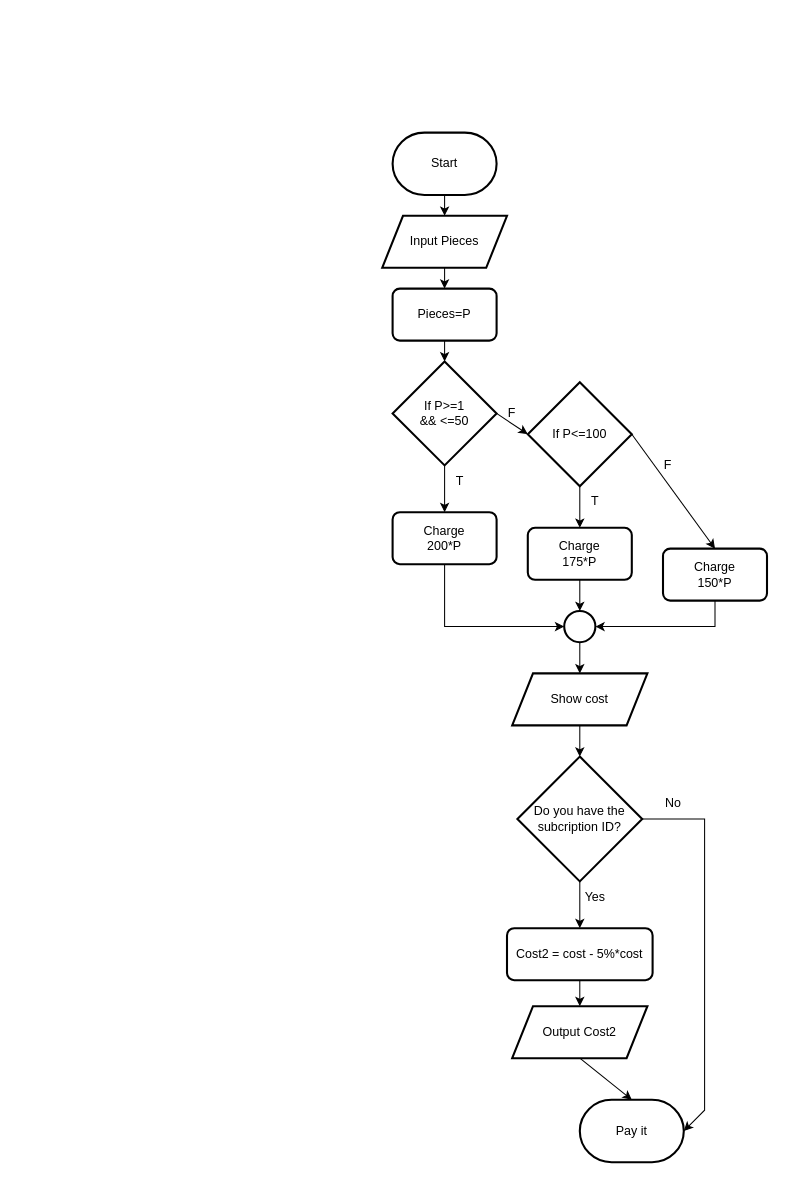
Earlier version of the draw.io diagram Algorithm of Total Cost of Copies.drawio (troders34/troders34). Source tidied: cells renumbered, new cells numbered last; positions are measured from the earlier drawing's top-left corner, leaving out a move shared by most shapes. Both pictures are drawn from the tidied source at 104%, with x=0, y=0 at pixel (382, 132).
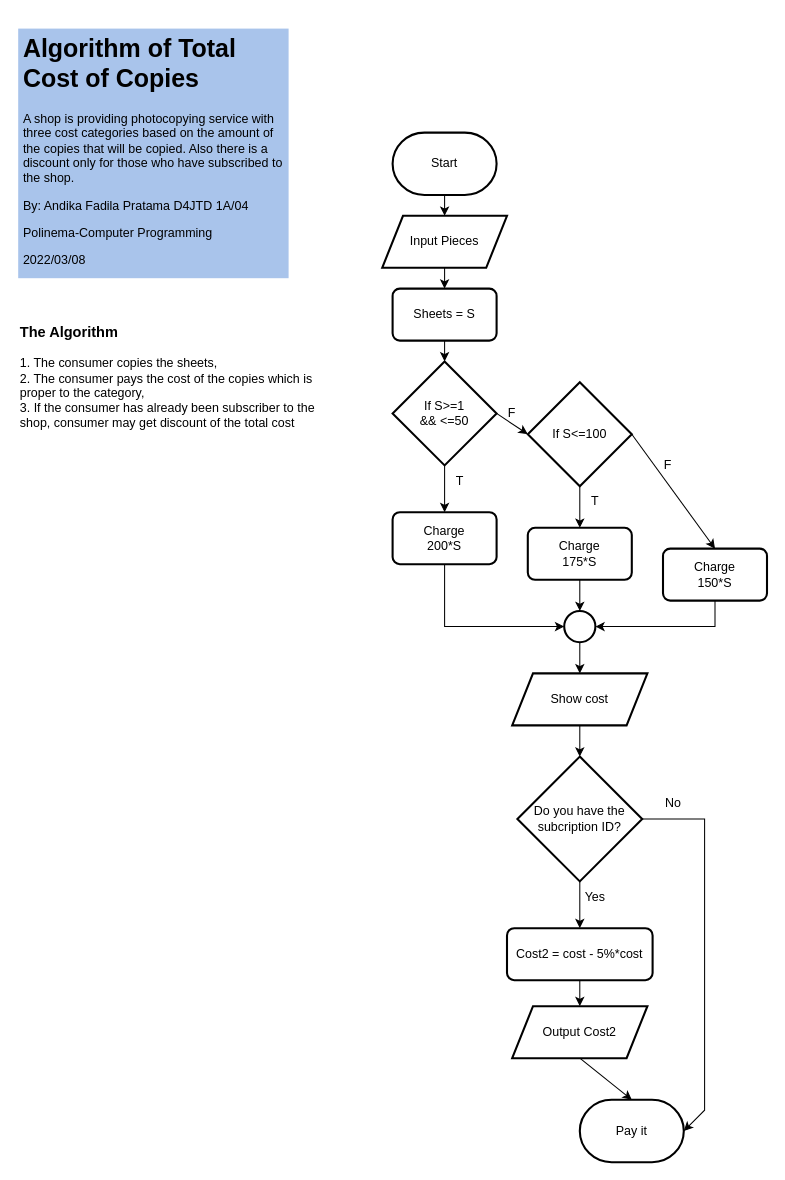
The same page after the edit.

The edit, as a diff of the source:
```diff
@@
-    <mxCell id="11" value="If P&amp;gt;=1 &amp;amp;&amp;amp; &amp;lt;=50" style="text;html=1;strokeColor=none;fillColor=none;align=center;verticalAlign=middle;whiteSpace=wrap;rounded=0;" parent="1" vertex="1">
+    <mxCell id="11" value="If S&amp;gt;=1 &amp;amp;&amp;amp; &amp;lt;=50" style="text;html=1;strokeColor=none;fillColor=none;align=center;verticalAlign=middle;whiteSpace=wrap;rounded=0;" parent="1" vertex="1">
       <mxGeometry x="30" y="255" width="60" height="30" as="geometry" />
     </mxCell>
@@
-    <mxCell id="13" value="Pieces=P" style="text;html=1;strokeColor=none;fillColor=none;align=center;verticalAlign=middle;whiteSpace=wrap;rounded=0;" parent="1" vertex="1">
-      <mxGeometry x="30" y="160" width="60" height="30" as="geometry" />
+    <mxCell id="13" value="Sheets = S" style="text;html=1;strokeColor=none;fillColor=none;align=center;verticalAlign=middle;whiteSpace=wrap;rounded=0;" parent="1" vertex="1">
+      <mxGeometry x="25" y="160" width="70" height="30" as="geometry" />
     </mxCell>
@@
-    <mxCell id="15" value="Charge 200*P" style="text;html=1;strokeColor=none;fillColor=none;align=center;verticalAlign=middle;whiteSpace=wrap;rounded=0;" parent="1" vertex="1">
+    <mxCell id="15" value="Charge 200*S" style="text;html=1;strokeColor=none;fillColor=none;align=center;verticalAlign=middle;whiteSpace=wrap;rounded=0;" parent="1" vertex="1">
       <mxGeometry x="30" y="375" width="60" height="30" as="geometry" />
     </mxCell>
@@
-    <mxCell id="20" value="If P&amp;lt;=100" style="text;html=1;strokeColor=none;fillColor=none;align=center;verticalAlign=middle;whiteSpace=wrap;rounded=0;" parent="1" vertex="1">
+    <mxCell id="20" value="If S&amp;lt;=100" style="text;html=1;strokeColor=none;fillColor=none;align=center;verticalAlign=middle;whiteSpace=wrap;rounded=0;" parent="1" vertex="1">
       <mxGeometry x="160" y="275" width="60" height="30" as="geometry" />
     </mxCell>
@@
-    <mxCell id="22" value="Charge 175*P" style="text;html=1;strokeColor=none;fillColor=none;align=center;verticalAlign=middle;whiteSpace=wrap;rounded=0;" parent="1" vertex="1">
+    <mxCell id="22" value="Charge 175*S" style="text;html=1;strokeColor=none;fillColor=none;align=center;verticalAlign=middle;whiteSpace=wrap;rounded=0;" parent="1" vertex="1">
       <mxGeometry x="160" y="390" width="60" height="30" as="geometry" />
     </mxCell>
@@
-    <mxCell id="26" value="Charge 150*P" style="text;html=1;strokeColor=none;fillColor=none;align=center;verticalAlign=middle;whiteSpace=wrap;rounded=0;" parent="1" vertex="1">
+    <mxCell id="26" value="Charge 150*S" style="text;html=1;strokeColor=none;fillColor=none;align=center;verticalAlign=middle;whiteSpace=wrap;rounded=0;" parent="1" vertex="1">
       <mxGeometry x="290" y="410" width="60" height="30" as="geometry" />
     </mxCell>
@@
+    <mxCell id="51" value="&lt;h1&gt;Algorithm of Total Cost of Copies&lt;br&gt;&lt;/h1&gt;&lt;p&gt;A shop is providing photocopying service with three cost categories based on the amount of the copies that will be copied. Also there is a discount only for those who have subscribed to the shop.&lt;/p&gt;&lt;p&gt;By: Andika Fadila Pratama D4JTD 1A/04 &lt;br&gt;&lt;/p&gt;&lt;p&gt;Polinema-Computer Programming&lt;/p&gt;&lt;p&gt;2022/03/08&lt;br&gt;&lt;/p&gt;" style="text;html=1;strokeColor=none;fillColor=#A9C4EB;spacing=5;spacingTop=-20;whiteSpace=wrap;overflow=hidden;rounded=0;" parent="1" vertex="1">
+      <mxGeometry x="-350" y="-100" width="260" height="240" as="geometry" />
+    </mxCell>
+    <mxCell id="52" value="&lt;div align=&quot;left&quot;&gt;&lt;font size=&quot;1&quot;&gt;&lt;b style=&quot;font-size: 14px&quot;&gt;The Algorithm&lt;/b&gt;&lt;/font&gt;&lt;/div&gt;&lt;div align=&quot;left&quot;&gt;&lt;br&gt;&lt;/div&gt;&lt;div align=&quot;left&quot;&gt;1. The consumer copies the sheets,&lt;/div&gt;&lt;div align=&quot;left&quot;&gt;2. The consumer pays the cost of the copies which is proper to the category,&lt;/div&gt;&lt;div align=&quot;left&quot;&gt;3. If the consumer has already been subscriber to the shop, consumer may get discount of the total cost&lt;br&gt;&lt;/div&gt;" style="text;html=1;strokeColor=none;fillColor=none;align=left;verticalAlign=middle;whiteSpace=wrap;rounded=0;" parent="1" vertex="1">
+      <mxGeometry x="-350" y="180" width="310" height="110" as="geometry" />
+    </mxCell>
```
